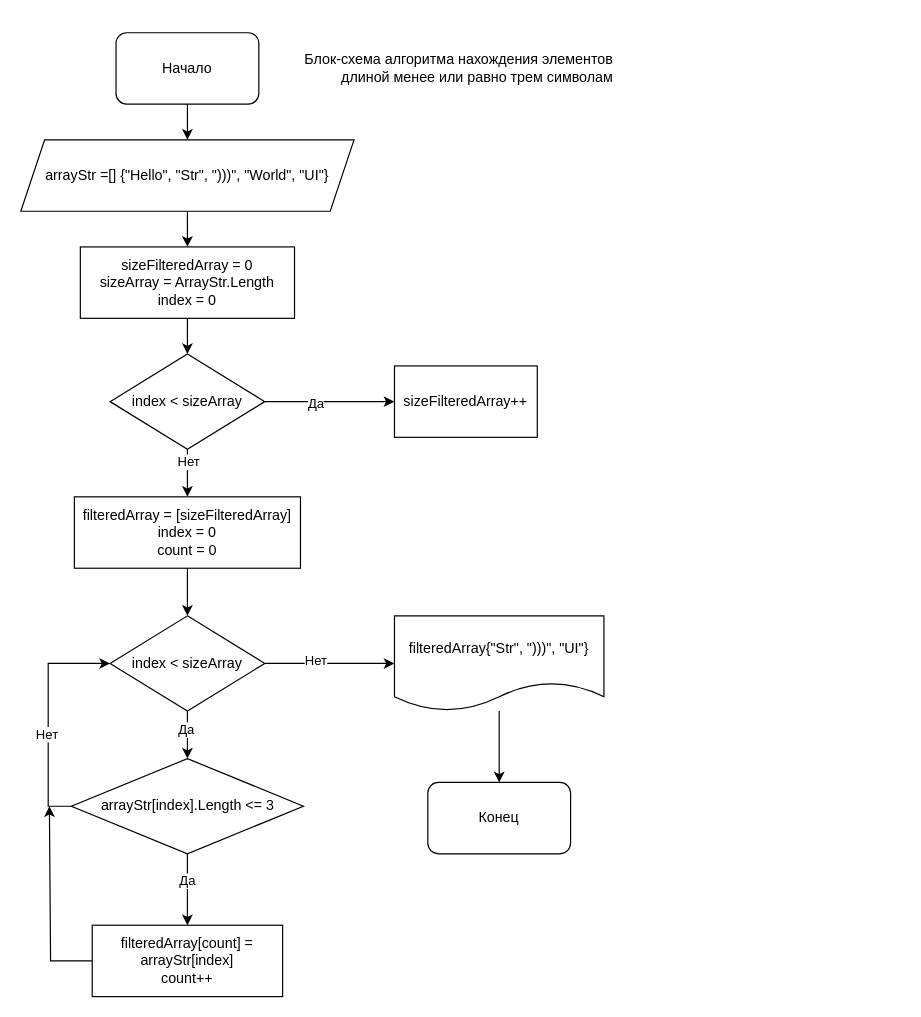
SergeyPushkarev/FinalCW keeps this draw.io diagram as Блок-схема итоговой КР.drawio. Above is the earlier version. Source tidied: cells renumbered, new cells numbered last; positions are measured from the earlier drawing's top-left corner, leaving out a move shared by most shapes. Both pictures are drawn from the tidied source at 119%, with x=0, y=0 at pixel (20, 20).
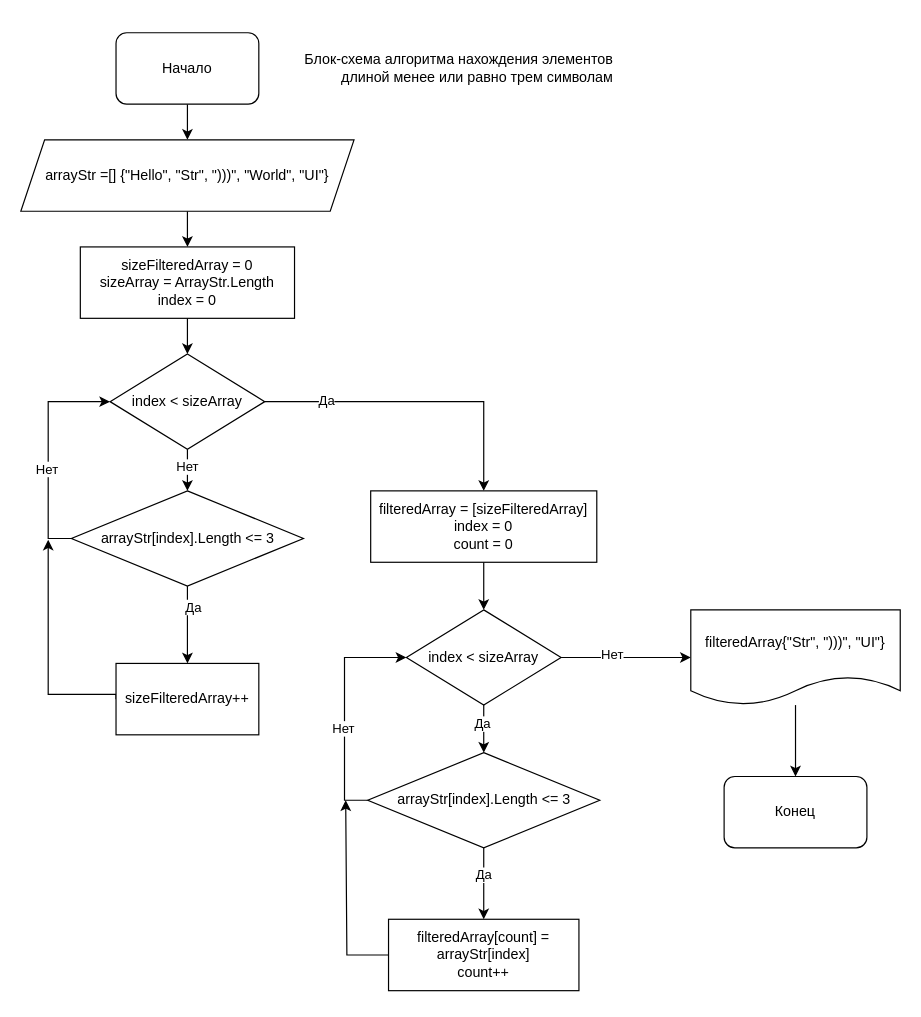
Above is the later version.

Commit message (it also covers changes not shown here):
исправил ошибку в блок-схеме

Unchanged cells that the change refers to:
```xml
<mxCell id="14" style="edgeStyle=orthogonalEdgeStyle;rounded=0;jettySize=auto;html=1;entryX=0.5;entryY=0;entryDx=0;entryDy=0;" parent="1" edge="1" source="18" target="23">
  <mxGeometry relative="1" as="geometry" />
</mxCell>
<mxCell id="18" value="index &amp;lt; sizeArray" style="rhombus;whiteSpace=wrap;html=1;" parent="1" vertex="1">
  <mxGeometry x="75" y="280" width="130" height="80" as="geometry" />
</mxCell>
```

The edit, as a diff of the source:
```diff
@@
     <mxCell id="10" value="index &amp;lt; sizeArray" style="rhombus;whiteSpace=wrap;html=1;" parent="1" vertex="1">
-      <mxGeometry x="75" y="500" width="130" height="80" as="geometry" />
+      <mxGeometry x="324" y="495" width="130" height="80" as="geometry" />
     </mxCell>
@@
     <mxCell id="12" value="filteredArray{&quot;Str&quot;, &quot;)))&quot;, &quot;UI&quot;}" style="shape=document;whiteSpace=wrap;html=1;boundedLbl=1;" parent="1" vertex="1">
-      <mxGeometry x="314" y="500" width="176" height="80" as="geometry" />
+      <mxGeometry x="563" y="495" width="176" height="80" as="geometry" />
     </mxCell>
     <mxCell id="13" value="Конец" style="rounded=1;whiteSpace=wrap;html=1;" parent="1" vertex="1">
-      <mxGeometry x="342" y="640" width="120" height="60" as="geometry" />
+      <mxGeometry x="591" y="635" width="120" height="60" as="geometry" />
     </mxCell>
+    <mxCell id="32" style="edgeStyle=orthogonalEdgeStyle;rounded=0;jettySize=auto;html=1;entryX=0.5;entryY=0;entryDx=0;entryDy=0;" parent="1" edge="1" source="18" target="38">
+      <mxGeometry relative="1" as="geometry" />
+    </mxCell>
+    <mxCell id="33" value="Нет" style="edgeLabel;html=1;align=center;verticalAlign=middle;" parent="32" vertex="1">
+      <mxGeometry x="-0.36" y="-1" relative="1" as="geometry" />
+    </mxCell>
@@
-    <mxCell id="15" value="Нет" style="edgeLabel;html=1;align=center;verticalAlign=middle;" parent="14" vertex="1">
-      <mxGeometry x="-0.5" relative="1" as="geometry" />
-    </mxCell>
-    <mxCell id="16" style="edgeStyle=orthogonalEdgeStyle;rounded=0;jettySize=auto;html=1;entryX=0;entryY=0.5;entryDx=0;entryDy=0;" parent="1" edge="1" source="18" target="21">
-      <mxGeometry relative="1" as="geometry" />
-    </mxCell>
-    <mxCell id="17" value="Да" style="edgeLabel;html=1;align=center;verticalAlign=middle;" parent="16" vertex="1">
-      <mxGeometry x="-0.23" y="-1" relative="1" as="geometry" />
-    </mxCell>
+    <mxCell id="34" value="Да" style="edgeLabel;html=1;align=center;verticalAlign=middle;" parent="14" vertex="1">
+      <mxGeometry x="-0.61" y="2" relative="1" as="geometry" />
+    </mxCell>
@@
+    <mxCell id="35" style="edgeStyle=orthogonalEdgeStyle;rounded=0;jettySize=auto;html=1;exitX=0;exitY=0.5;exitDx=0;exitDy=0;" parent="1" edge="1" source="21">
+      <mxGeometry relative="1" as="geometry">
+        <mxPoint x="23" y="436" as="targetPoint" />
+        <Array as="points">
+          <mxPoint x="80" y="566" />
+          <mxPoint x="23" y="566" />
+        </Array>
+      </mxGeometry>
+    </mxCell>
     <mxCell id="21" value="sizeFilteredArray++" style="rounded=0;whiteSpace=wrap;html=1;" parent="1" vertex="1">
-      <mxGeometry x="314" y="290" width="120" height="60" as="geometry" />
+      <mxGeometry x="80" y="540" width="120" height="60" as="geometry" />
     </mxCell>
@@
     <mxCell id="23" value="filteredArray = [sizeFilteredArray]&lt;br&gt;index = 0&lt;br&gt;count = 0" style="rounded=0;whiteSpace=wrap;html=1;" parent="1" vertex="1">
-      <mxGeometry x="45" y="400" width="190" height="60" as="geometry" />
+      <mxGeometry x="294" y="395" width="190" height="60" as="geometry" />
     </mxCell>
@@
     <mxCell id="26" style="edgeStyle=orthogonalEdgeStyle;rounded=0;jettySize=auto;html=1;entryX=0;entryY=0.5;entryDx=0;entryDy=0;" parent="1" edge="1" source="28" target="10">
       <mxGeometry relative="1" as="geometry">
         <Array as="points">
-          <mxPoint x="23" y="660" />
-          <mxPoint x="23" y="540" />
+          <mxPoint x="272" y="655" />
+          <mxPoint x="272" y="535" />
         </Array>
       </mxGeometry>
     </mxCell>
@@
     <mxCell id="28" value="arrayStr[index].Length &amp;lt;= 3" style="rhombus;whiteSpace=wrap;html=1;" parent="1" vertex="1">
-      <mxGeometry x="42.5" y="620" width="195" height="80" as="geometry" />
+      <mxGeometry x="291.5" y="615" width="195" height="80" as="geometry" />
     </mxCell>
     <mxCell id="29" style="edgeStyle=orthogonalEdgeStyle;rounded=0;jettySize=auto;html=1;exitX=0;exitY=0.5;exitDx=0;exitDy=0;" parent="1" edge="1" source="30">
       <mxGeometry relative="1" as="geometry">
-        <mxPoint x="24" y="660" as="targetPoint" />
+        <mxPoint x="273" y="655" as="targetPoint" />
         <Array as="points">
-          <mxPoint x="25" y="790" />
+          <mxPoint x="274" y="785" />
         </Array>
       </mxGeometry>
     </mxCell>
     <mxCell id="30" value="filteredArray[count] = arrayStr[index]&lt;br&gt;count++" style="rounded=0;whiteSpace=wrap;html=1;" parent="1" vertex="1">
-      <mxGeometry x="60" y="760" width="160" height="60" as="geometry" />
+      <mxGeometry x="309" y="755" width="160" height="60" as="geometry" />
     </mxCell>
@@
+    <mxCell id="36" style="edgeStyle=orthogonalEdgeStyle;rounded=0;jettySize=auto;html=1;entryX=0.5;entryY=0;entryDx=0;entryDy=0;" parent="1" edge="1" source="38" target="21">
+      <mxGeometry relative="1" as="geometry" />
+    </mxCell>
+    <mxCell id="37" value="Да" style="edgeLabel;html=1;align=center;verticalAlign=middle;" parent="36" vertex="1">
+      <mxGeometry x="-0.44" y="4" relative="1" as="geometry">
+        <mxPoint y="-1" as="offset" />
+      </mxGeometry>
+    </mxCell>
+    <mxCell id="38" value="arrayStr[index].Length &amp;lt;= 3" style="rhombus;whiteSpace=wrap;html=1;" parent="1" vertex="1">
+      <mxGeometry x="42.5" y="395" width="195" height="80" as="geometry" />
+    </mxCell>
+    <mxCell id="39" style="edgeStyle=orthogonalEdgeStyle;rounded=0;jettySize=auto;html=1;entryX=0;entryY=0.5;entryDx=0;entryDy=0;exitX=0;exitY=0.5;exitDx=0;exitDy=0;" parent="1" edge="1" source="38" target="18">
+      <mxGeometry relative="1" as="geometry">
+        <Array as="points">
+          <mxPoint x="23" y="435" />
+          <mxPoint x="23" y="320" />
+        </Array>
+      </mxGeometry>
+    </mxCell>
+    <mxCell id="40" value="Нет" style="edgeLabel;html=1;align=center;verticalAlign=middle;" parent="39" vertex="1">
+      <mxGeometry x="-0.15" y="2" relative="1" as="geometry">
+        <mxPoint y="1" as="offset" />
+      </mxGeometry>
+    </mxCell>
```
